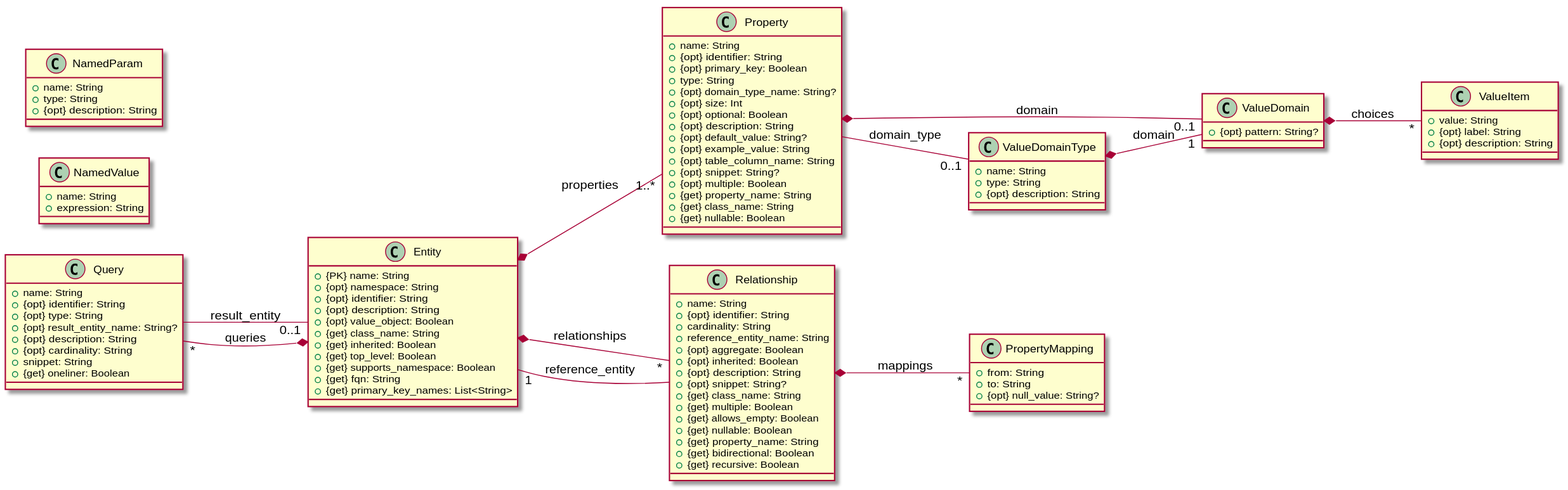
Above: doc/image/model-diagram.svg in laplacian-core/metamodel (PlantUML), before the change.
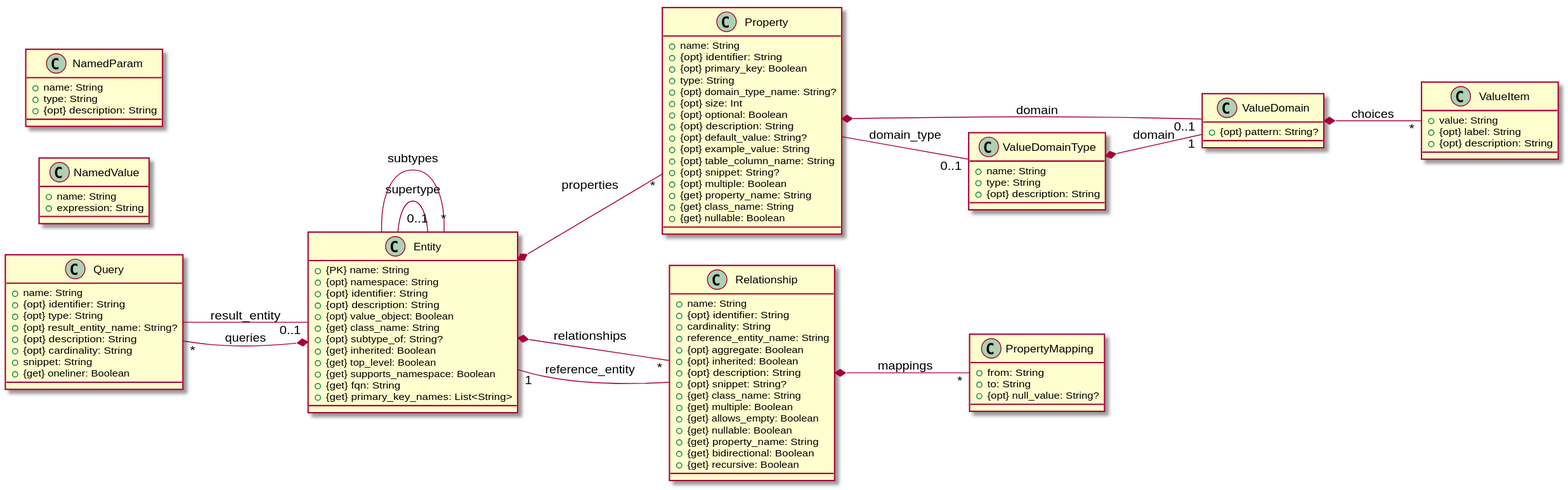
Later version of the same file.

Diff of the diagram source:
```diff
@@ -27,6 +27,7 @@
   + {opt} description: String
   + {opt} value_object: Boolean
   + {get} class_name: String
+  + {opt} subtype_of: String?
   + {get} inherited: Boolean
   + {get} top_level: Boolean
   + {get} supports_namespace: Boolean
@@ -38,7 +39,7 @@
 
 
 
-Entity *-- "1..*" Property : properties
+Entity *-- "*" Property : properties
 
 
 
@@ -46,6 +47,20 @@
 
 
 Entity *-- "*" Relationship : relationships
+
+
+
+
+
+
+Entity -- "0..1" Entity : supertype
+
+
+
+
+
+
+Entity -- "*" Entity : subtypes
 
 
 
```
